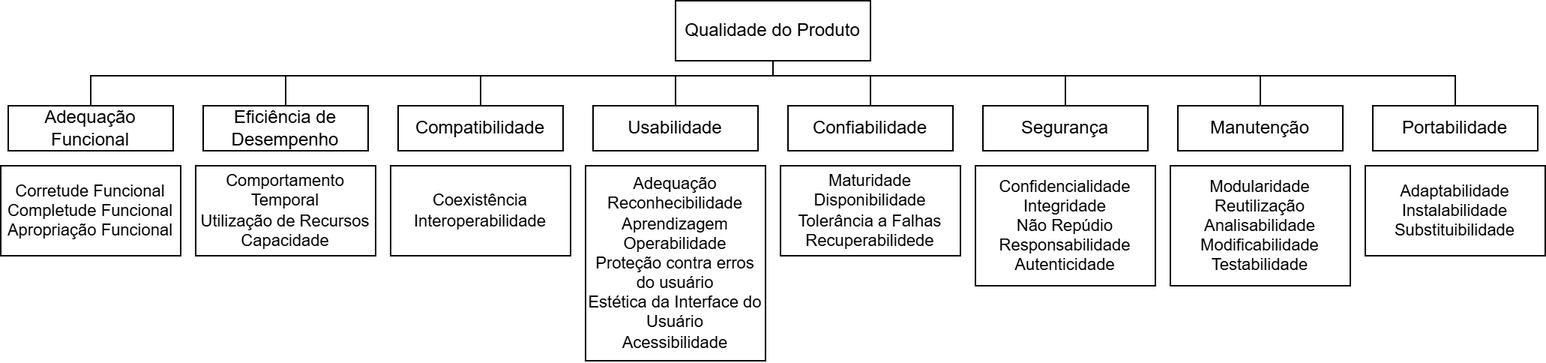
Earlier version of the draw.io export docs/assets/images/modelo-de-qualidade-do-produto.png (FCTE-Qualidade-de-Software-1/2025-2_T02_Katherine_Johnson). Source tidied: cells renumbered, new cells last; positions are measured from the earlier drawing's top-left corner, leaving out a move shared by most shapes.
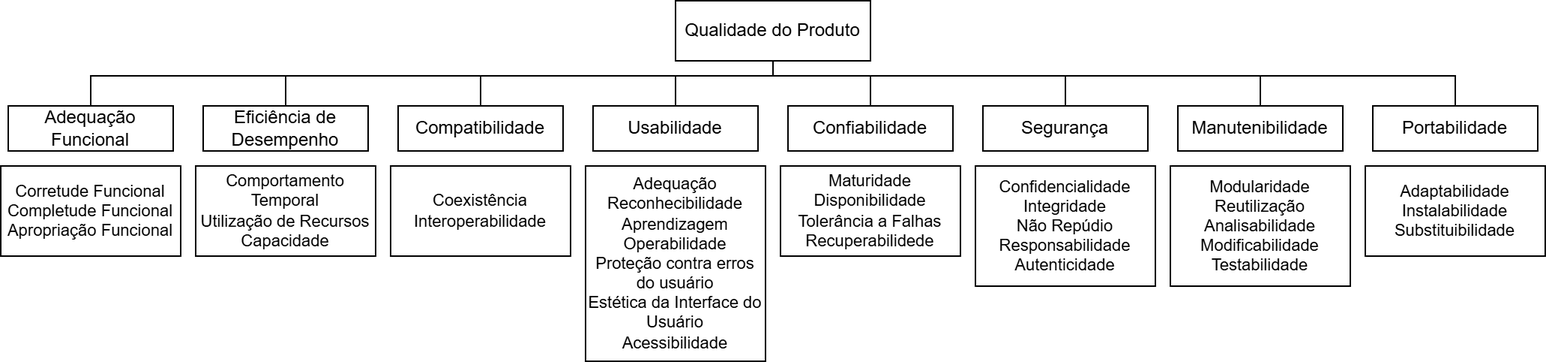
After the change.

Commit message:
Corrige texto da imagem

Change to the diagram source:
```diff
@@ -24,7 +24,7 @@
         </Array>
       </mxGeometry>
     </mxCell>
-    <mxCell id="6" value="Manutenção" style="rounded=0;whiteSpace=wrap;html=1;" parent="1" vertex="1">
+    <mxCell id="6" value="Manutenibilidade" style="rounded=0;whiteSpace=wrap;html=1;" parent="1" vertex="1">
       <mxGeometry x="785" y="70" width="110" height="30" as="geometry" />
     </mxCell>
     <mxCell id="7" style="edgeStyle=orthogonalEdgeStyle;rounded=0;jettySize=auto;html=1;exitX=0.5;exitY=0;exitDx=0;exitDy=0;entryX=0.5;entryY=1;entryDx=0;entryDy=0;endArrow=none;startFill=0;" parent="1" edge="1" source="8" target="2">
```
